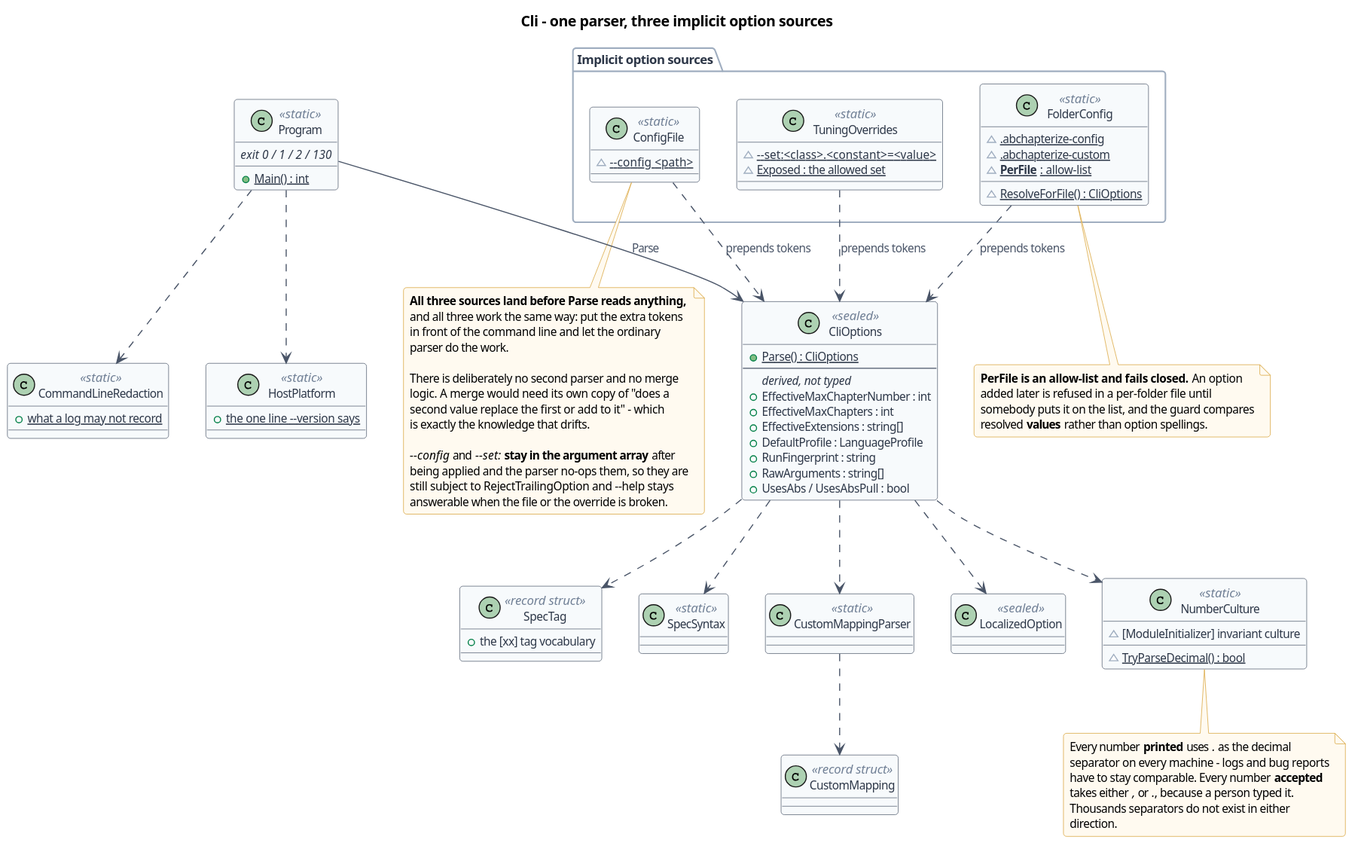
The PlantUML diagram doc/diagrams/class-cli.svg in Inguiotar/ABChapterize, before a commit. Source of this version:
```plantuml
@startuml
!include _style.iuml
title Cli - one parser, three implicit option sources

class Program <<static>> {
  +{static} Main() : int
  <i>exit 0 / 1 / 2 / 130</i>
}
class CliOptions <<sealed>> {
  +{static} Parse() : CliOptions
  --
  <i>derived, not typed</i>
  +EffectiveMaxChapterNumber : int
  +EffectiveMaxChapters : int
  +EffectiveExtensions : string[]
  +DefaultProfile : LanguageProfile
  +RunFingerprint : string
  +RawArguments : string[]
  +UsesAbs / UsesAbsPull : bool
}

package "Implicit option sources" {
  class ConfigFile <<static>> {
    ~{static} --config <path>
  }
  class FolderConfig <<static>> {
    ~{static} .abchapterize-config
    ~{static} .abchapterize-custom
    ~{static} <b>PerFile</b> : allow-list
    ~{static} ResolveForFile() : CliOptions
  }
  class TuningOverrides <<static>> {
    ~{static} --set:<class>.<constant>=<value>
    ~{static} Exposed : the allowed set
  }
}
note bottom of FolderConfig
  <b>PerFile is an allow-list and fails closed.</b> An option
  added later is refused in a per-folder file until
  somebody puts it on the list, and the guard compares
  resolved **values** rather than option spellings.
end note

class SpecTag <<record struct>> {
  +the [xx] tag vocabulary
}
class SpecSyntax <<static>>
class CustomMapping <<record struct>>
class CustomMappingParser <<static>>
class LocalizedOption <<sealed>>
class NumberCulture <<static>> {
  ~[ModuleInitializer] invariant culture
  ~{static} TryParseDecimal() : bool
}
class CommandLineRedaction <<static>> {
  +{static} what a log may not record
}
class HostPlatform <<static>> {
  +{static} the one line ~--version says
}

Program --> CliOptions : Parse
ConfigFile ..> CliOptions : prepends tokens
FolderConfig ..> CliOptions : prepends tokens
TuningOverrides ..> CliOptions : prepends tokens
CliOptions ..> SpecTag
CliOptions ..> SpecSyntax
CliOptions ..> CustomMappingParser
CustomMappingParser ..> CustomMapping
CliOptions ..> LocalizedOption
CliOptions ..> NumberCulture
Program ..> CommandLineRedaction
Program ..> HostPlatform

note as NSource
  <b>All three sources land before Parse reads anything,</b>
  and all three work the same way: put the extra tokens
  in front of the command line and let the ordinary
  parser do the work.

  There is deliberately no second parser and no merge
  logic. A merge would need its own copy of "does a
  second value replace the first or add to it" - which
  is exactly the knowledge that drifts.

  <i>~--config</i> and <i>~--set:</i> **stay in the argument array** after
  being applied and the parser no-ops them, so they are
  still subject to RejectTrailingOption and ~--help stays
  answerable when the file or the override is broken.
end note
ConfigFile .. NSource

note as NNum
  Every number **printed** uses <i>.</i> as the decimal
  separator on every machine - logs and bug reports
  have to stay comparable. Every number **accepted**
  takes either <i>,</i> or <i>.</i>, because a person typed it.
  Thousands separators do not exist in either
  direction.
end note
NumberCulture .. NNum
@enduml
```
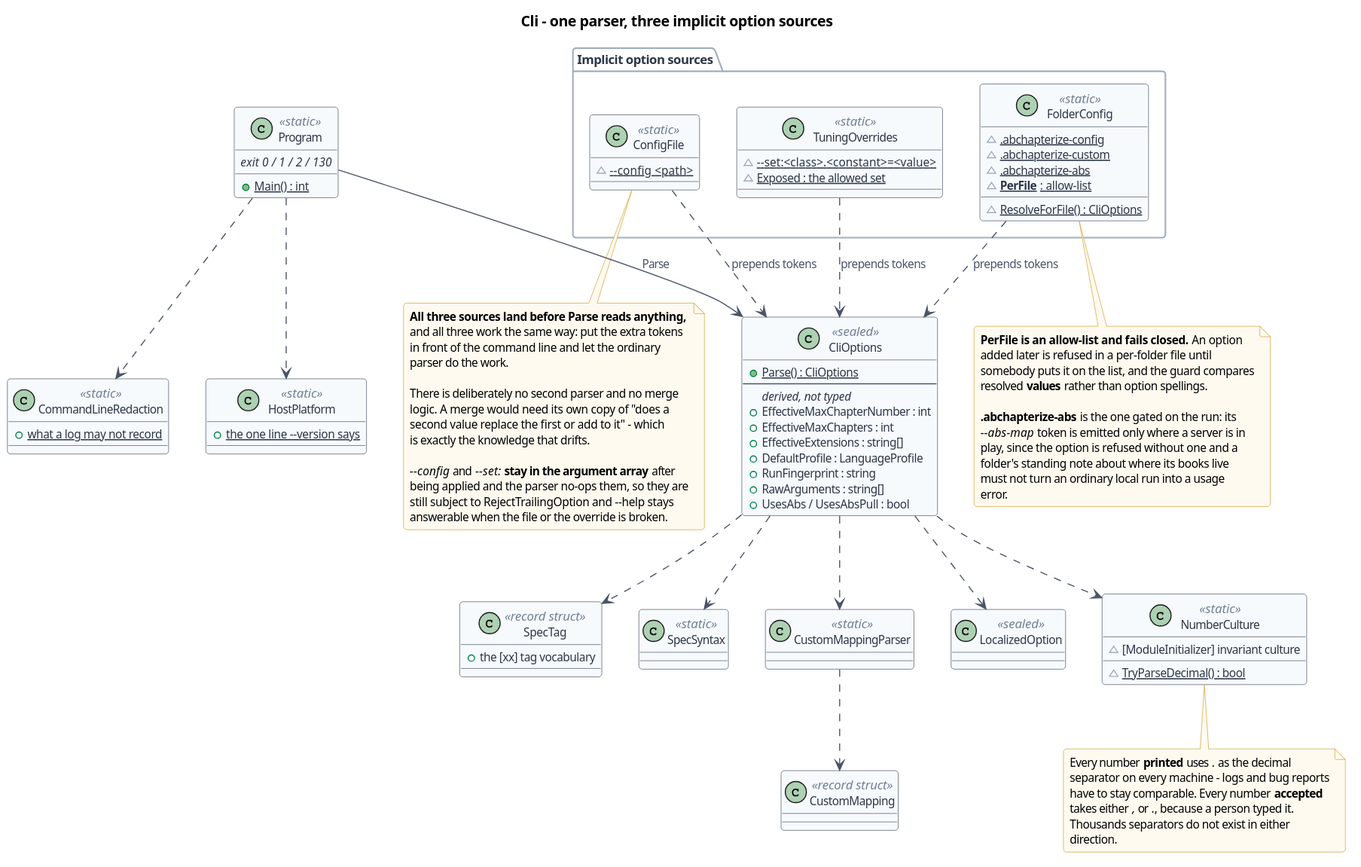
After the change.

What changed in the source:
```diff
@@ -26,6 +26,7 @@
   class FolderConfig <<static>> {
     ~{static} .abchapterize-config
     ~{static} .abchapterize-custom
+    ~{static} .abchapterize-abs
     ~{static} <b>PerFile</b> : allow-list
     ~{static} ResolveForFile() : CliOptions
   }
@@ -39,6 +40,13 @@
   added later is refused in a per-folder file until
   somebody puts it on the list, and the guard compares
   resolved **values** rather than option spellings.
+
+  <b>.abchapterize-abs</b> is the one gated on the run: its
+  <i>~--abs-map</i> token is emitted only where a server is in
+  play, since the option is refused without one and a
+  folder's standing note about where its books live
+  must not turn an ordinary local run into a usage
+  error.
 end note
 
 class SpecTag <<record struct>> {
```
